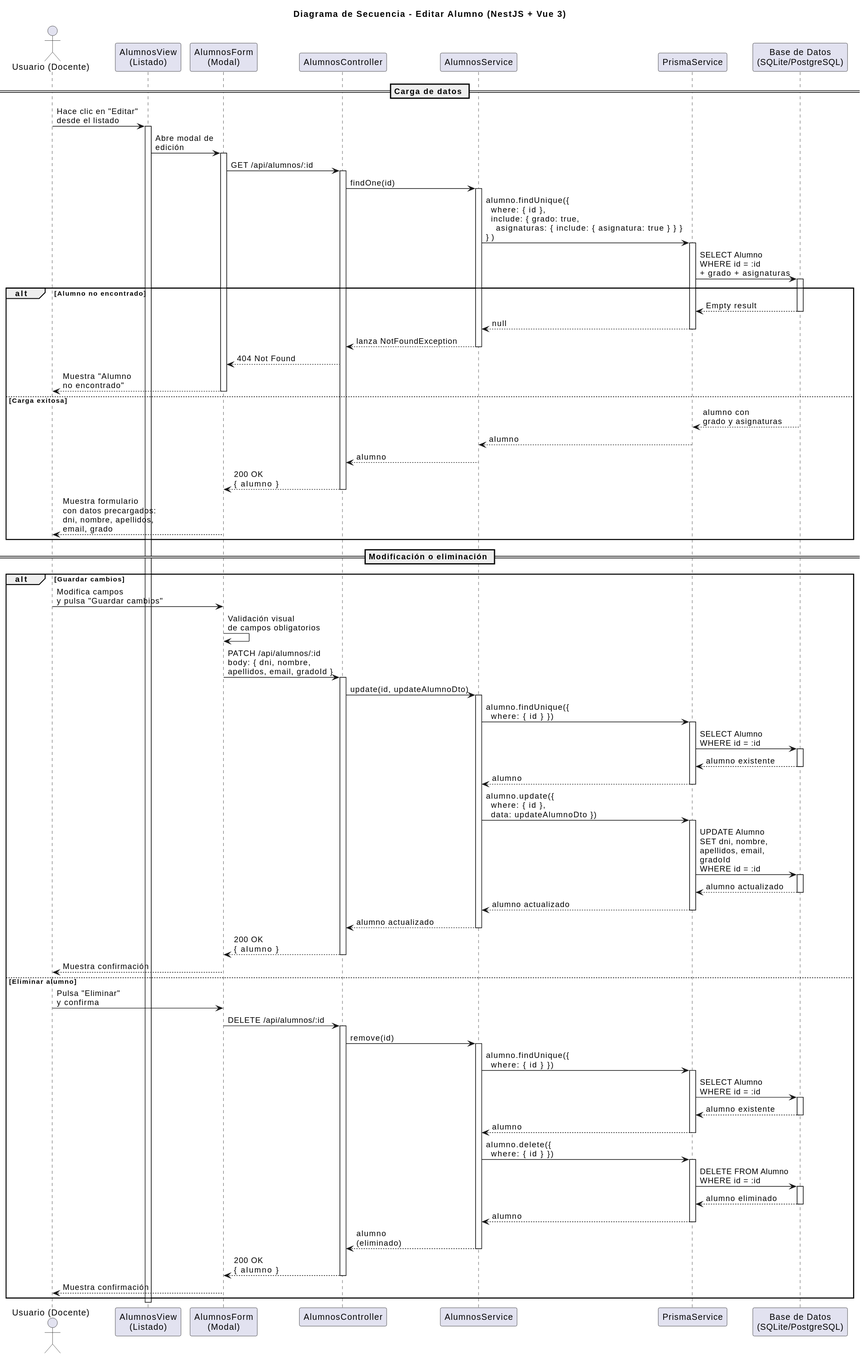
The PlantUML diagram images/diseño/editarAlumno/secuencia.svg in marcosgutierrez6/25-26-idsw2-sdVC, before a commit.
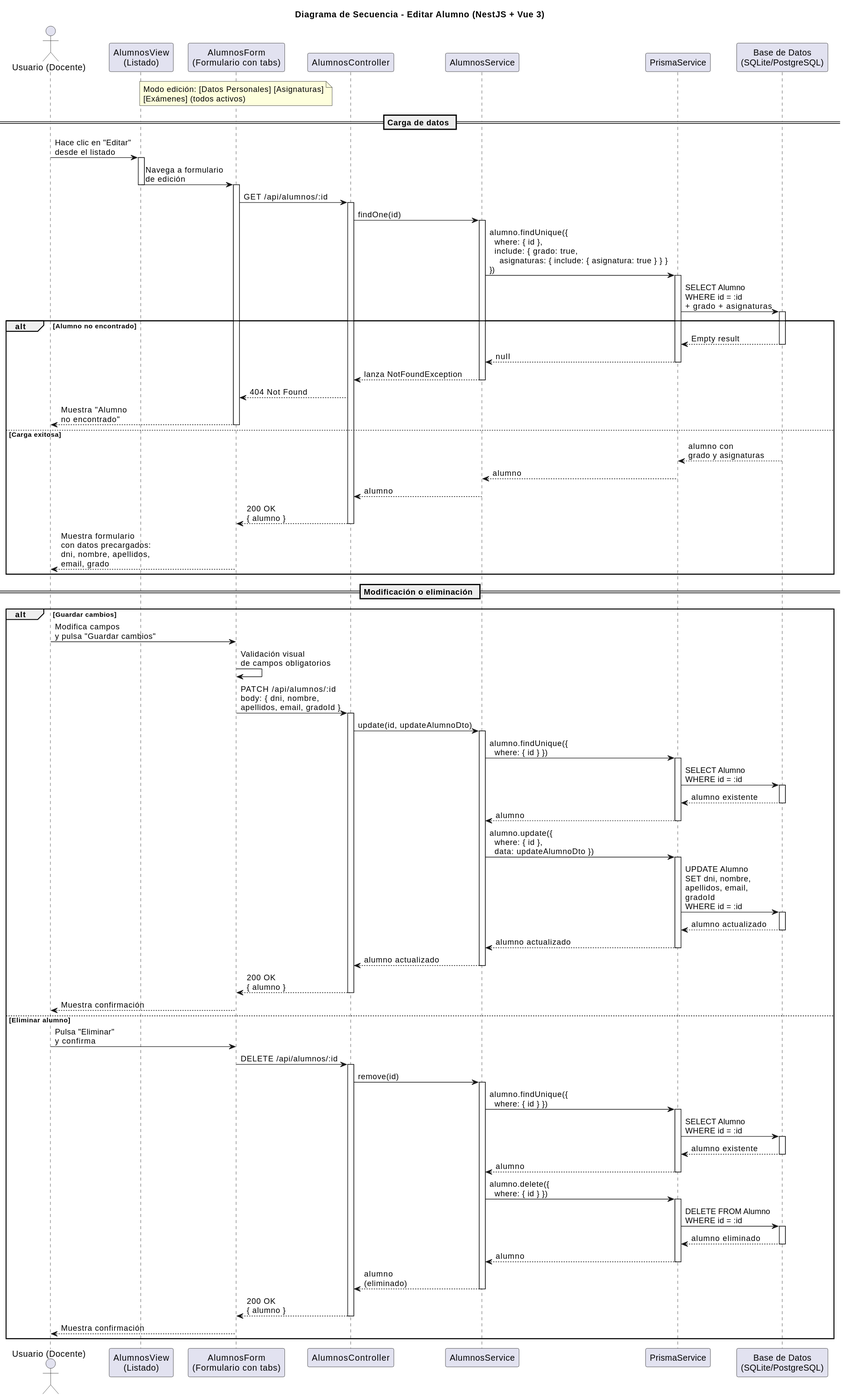
After the commit.

Diff of the diagram source:
```diff
@@ -3,18 +3,21 @@
 
 actor "Usuario (Docente)" as User
 participant "AlumnosView\n(Listado)" as List
-participant "AlumnosForm\n(Modal)" as Form
+participant "AlumnosForm\n(Formulario con tabs)" as Form
 participant "AlumnosController" as Controller
 participant "AlumnosService" as Service
 participant "PrismaService" as Prisma
 participant "Base de Datos\n(SQLite/PostgreSQL)" as DB
+
+note over Form : Modo edición: [Datos Personales] [Asignaturas]\n[Exámenes] (todos activos)
 
 == Carga de datos ==
 
 User -> List: Hace clic en "Editar"\ndesde el listado
 activate List
 
-List -> Form: Abre modal de\nedición
+List -> Form: Navega a formulario\nde edición
+deactivate List
 activate Form
 
 Form -> Controller: GET /api/alumnos/:id
@@ -118,5 +121,4 @@
 end
 
 deactivate Form
-deactivate List
 @enduml
```
